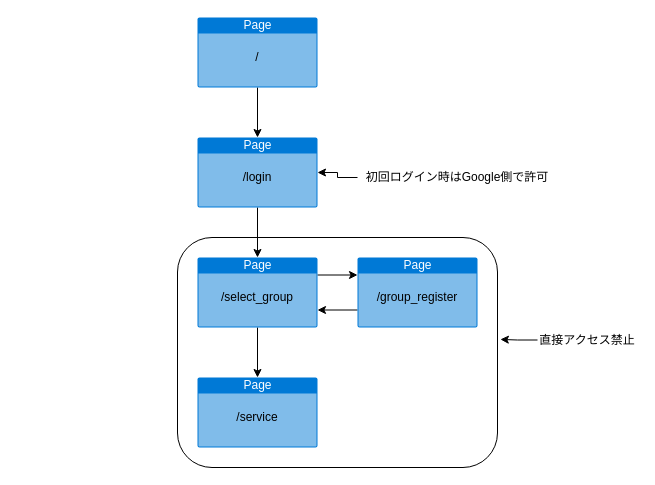
The draw.io diagram page.dio in nt16145/Remote_Chat, before the edit. Source tidied: cells renumbered, new cells numbered last; positions are measured from the earlier drawing's top-left corner, leaving out a move shared by most shapes. Both pictures are drawn from the tidied source at 100%, with x=0, y=0 at pixel (177, 17).
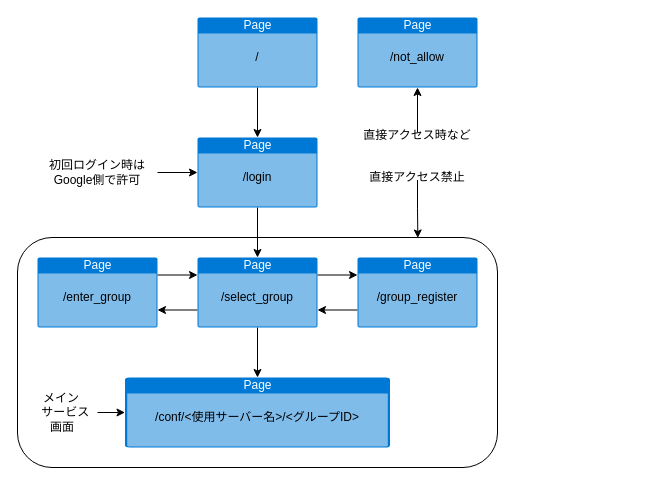
The same page after the edit.

Commit message (it also covers changes not shown here):
設計図更新

Unchanged cells that the change refers to:
```xml
<mxCell id="6" value="Page" style="html=1;strokeColor=none;fillColor=#0079D6;labelPosition=center;verticalLabelPosition=middle;verticalAlign=top;align=center;fontSize=12;outlineConnect=0;spacingTop=-6;fontColor=#FFFFFF;shape=mxgraph.sitemap.page;" parent="1" vertex="1">
  <mxGeometry x="20" y="120" width="120" height="70" as="geometry" />
</mxCell>
<mxCell id="9" value="Page" style="html=1;strokeColor=none;fillColor=#0079D6;labelPosition=center;verticalLabelPosition=middle;verticalAlign=top;align=center;fontSize=12;outlineConnect=0;spacingTop=-6;fontColor=#FFFFFF;shape=mxgraph.sitemap.page;" parent="1" vertex="1">
  <mxGeometry x="20" y="240" width="120" height="70" as="geometry" />
</mxCell>
```

Change to the diagram source:
```diff
@@
     <mxCell id="2" style="rounded=1;whiteSpace=wrap;html=1;" parent="1" vertex="1">
-      <mxGeometry y="220" width="320" height="230" as="geometry" />
+      <mxGeometry x="-160" y="220" width="480" height="230" as="geometry" />
     </mxCell>
@@
+    <mxCell id="22" style="edgeStyle=orthogonalEdgeStyle;rounded=0;jettySize=auto;html=1;exitX=0;exitY=0.75;exitDx=0;exitDy=0;exitPerimeter=0;entryX=1;entryY=0.75;entryDx=0;entryDy=0;entryPerimeter=0;" parent="1" edge="1" source="9" target="24">
+      <mxGeometry relative="1" as="geometry" />
+    </mxCell>
@@
     <mxCell id="12" value="Page" style="html=1;strokeColor=none;fillColor=#0079D6;labelPosition=center;verticalLabelPosition=middle;verticalAlign=top;align=center;fontSize=12;outlineConnect=0;spacingTop=-6;fontColor=#FFFFFF;shape=mxgraph.sitemap.page;" parent="1" vertex="1">
-      <mxGeometry x="20" y="360" width="120" height="70" as="geometry" />
+      <mxGeometry x="-52.5" y="360" width="265" height="70" as="geometry" />
     </mxCell>
@@
-    <mxCell id="17" value="&lt;font color=&quot;#000000&quot;&gt;/service&lt;/font&gt;" style="text;html=1;strokeColor=none;fillColor=none;align=center;verticalAlign=middle;whiteSpace=wrap;rounded=0;" parent="1" vertex="1">
-      <mxGeometry x="60" y="390" width="40" height="20" as="geometry" />
+    <mxCell id="17" value="&lt;font color=&quot;#000000&quot;&gt;/conf/&amp;lt;使用サーバー名&amp;gt;/&amp;lt;グループID&amp;gt;&lt;br&gt;&lt;/font&gt;" style="text;html=1;strokeColor=none;fillColor=none;align=center;verticalAlign=middle;whiteSpace=wrap;rounded=0;" parent="1" vertex="1">
+      <mxGeometry x="-30" y="390" width="220" height="20" as="geometry" />
     </mxCell>
-    <mxCell id="18" style="edgeStyle=orthogonalEdgeStyle;rounded=0;jettySize=auto;html=1;entryX=1.009;entryY=0.443;entryDx=0;entryDy=0;entryPerimeter=0;" parent="1" edge="1" source="19" target="2">
+    <mxCell id="18" style="edgeStyle=orthogonalEdgeStyle;rounded=0;jettySize=auto;html=1;exitX=0.5;exitY=1;exitDx=0;exitDy=0;entryX=0.834;entryY=0.002;entryDx=0;entryDy=0;entryPerimeter=0;" parent="1" edge="1" source="19" target="2">
       <mxGeometry relative="1" as="geometry" />
     </mxCell>
     <mxCell id="19" value="直接アクセス禁止" style="text;html=1;strokeColor=none;fillColor=none;align=center;verticalAlign=middle;whiteSpace=wrap;rounded=0;" parent="1" vertex="1">
-      <mxGeometry x="360" y="320" width="100" height="5" as="geometry" />
+      <mxGeometry x="190" y="157.5" width="100" height="5" as="geometry" />
     </mxCell>
-    <mxCell id="20" style="edgeStyle=orthogonalEdgeStyle;rounded=0;jettySize=auto;html=1;entryX=1;entryY=0.5;entryDx=0;entryDy=0;entryPerimeter=0;" parent="1" edge="1" source="21" target="6">
+    <mxCell id="20" style="edgeStyle=orthogonalEdgeStyle;rounded=0;jettySize=auto;html=1;entryX=0;entryY=0.5;entryDx=0;entryDy=0;entryPerimeter=0;" parent="1" edge="1" source="21" target="6">
       <mxGeometry relative="1" as="geometry" />
     </mxCell>
     <mxCell id="21" value="初回ログイン時はGoogle側で許可" style="text;html=1;strokeColor=none;fillColor=none;align=center;verticalAlign=middle;whiteSpace=wrap;rounded=0;" parent="1" vertex="1">
-      <mxGeometry x="180" y="157.5" width="200" height="5" as="geometry" />
+      <mxGeometry x="-140" y="152.5" width="120" height="5" as="geometry" />
     </mxCell>
+    <mxCell id="23" style="edgeStyle=orthogonalEdgeStyle;rounded=0;jettySize=auto;html=1;exitX=1;exitY=0.25;exitDx=0;exitDy=0;exitPerimeter=0;entryX=0;entryY=0.25;entryDx=0;entryDy=0;entryPerimeter=0;" parent="1" edge="1" source="24" target="9">
+      <mxGeometry relative="1" as="geometry" />
+    </mxCell>
+    <mxCell id="24" value="Page" style="html=1;strokeColor=none;fillColor=#0079D6;labelPosition=center;verticalLabelPosition=middle;verticalAlign=top;align=center;fontSize=12;outlineConnect=0;spacingTop=-6;fontColor=#FFFFFF;shape=mxgraph.sitemap.page;" parent="1" vertex="1">
+      <mxGeometry x="-140" y="240" width="120" height="70" as="geometry" />
+    </mxCell>
+    <mxCell id="25" value="&lt;font color=&quot;#000000&quot;&gt;/enter_group&lt;/font&gt;" style="text;html=1;strokeColor=none;fillColor=none;align=center;verticalAlign=middle;whiteSpace=wrap;rounded=0;" parent="1" vertex="1">
+      <mxGeometry x="-100" y="270" width="40" height="20" as="geometry" />
+    </mxCell>
+    <mxCell id="26" value="Page" style="html=1;strokeColor=none;fillColor=#0079D6;labelPosition=center;verticalLabelPosition=middle;verticalAlign=top;align=center;fontSize=12;outlineConnect=0;spacingTop=-6;fontColor=#FFFFFF;shape=mxgraph.sitemap.page;" parent="1" vertex="1">
+      <mxGeometry x="180" width="120" height="70" as="geometry" />
+    </mxCell>
+    <mxCell id="27" value="&lt;font color=&quot;#000000&quot;&gt;/not_allow&lt;/font&gt;" style="text;html=1;strokeColor=none;fillColor=none;align=center;verticalAlign=middle;whiteSpace=wrap;rounded=0;rotation=0;" parent="1" vertex="1">
+      <mxGeometry x="220" y="30" width="40" height="20" as="geometry" />
+    </mxCell>
+    <mxCell id="28" style="edgeStyle=orthogonalEdgeStyle;rounded=0;jettySize=auto;html=1;entryX=0.5;entryY=1;entryDx=0;entryDy=0;entryPerimeter=0;" parent="1" edge="1" source="29" target="26">
+      <mxGeometry relative="1" as="geometry" />
+    </mxCell>
+    <mxCell id="29" value="直接アクセス時など" style="text;html=1;strokeColor=none;fillColor=none;align=center;verticalAlign=middle;whiteSpace=wrap;rounded=0;" parent="1" vertex="1">
+      <mxGeometry x="180" y="115" width="120" height="5" as="geometry" />
+    </mxCell>
+    <mxCell id="30" style="edgeStyle=orthogonalEdgeStyle;rounded=0;jettySize=auto;html=1;exitX=1;exitY=0.5;exitDx=0;exitDy=0;entryX=0;entryY=0.5;entryDx=0;entryDy=0;entryPerimeter=0;" parent="1" edge="1" source="31" target="12">
+      <mxGeometry relative="1" as="geometry" />
+    </mxCell>
+    <mxCell id="31" value="&amp;nbsp; &amp;nbsp; メイン　&amp;nbsp; &amp;nbsp; サービス 画面" style="text;html=1;strokeColor=none;fillColor=none;align=center;verticalAlign=middle;whiteSpace=wrap;rounded=0;" parent="1" vertex="1">
+      <mxGeometry x="-150" y="360" width="70" height="70" as="geometry" />
+    </mxCell>
```
